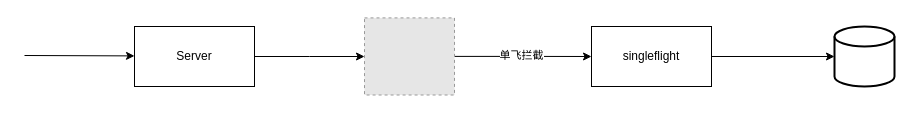
The draw.io diagram draw.io/draft.drawio in RealBeBetter/image, before the edit. Source tidied: cells renumbered, new cells numbered last; positions are measured from the earlier drawing's top-left corner, leaving out a move shared by most shapes. Both pictures are drawn from the tidied source at 100%, with x=0, y=0 at pixel (24, 17). Pictures stored in the file or linked from it are replaced by grey dashed boxes.
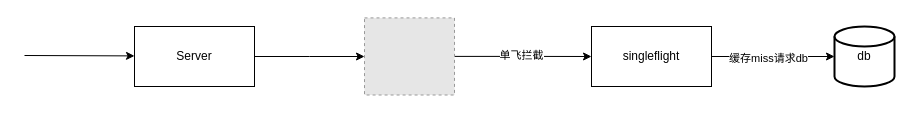
The same page after the edit.

Diff of the diagram source:
```diff
@@
 <mxGraphModel>
   <root>
     <mxCell id="0" />
     <mxCell id="1" parent="0" />
     <mxCell id="2" style="endArrow=classic;html=1;rounded=0;" parent="1" edge="1">
       <mxGeometry relative="1" as="geometry">
         <mxPoint y="38" as="sourcePoint" />
         <mxPoint x="110" y="38.4" as="targetPoint" />
       </mxGeometry>
     </mxCell>
     <mxCell id="3" style="edgeStyle=orthogonalEdgeStyle;rounded=0;jettySize=auto;html=1;" parent="1" edge="1" source="4">
       <mxGeometry relative="1" as="geometry">
         <mxPoint x="340" y="39" as="targetPoint" />
       </mxGeometry>
     </mxCell>
     <mxCell id="4" value="Server" style="rounded=0;whiteSpace=wrap;html=1;" parent="1" vertex="1">
       <mxGeometry x="110" y="9" width="120" height="60" as="geometry" />
     </mxCell>
     <mxCell id="5" style="edgeStyle=orthogonalEdgeStyle;rounded=0;jettySize=auto;html=1;entryX=0;entryY=0.5;entryDx=0;entryDy=0;" parent="1" edge="1" source="7" target="10">
       <mxGeometry relative="1" as="geometry" />
     </mxCell>
     <mxCell id="6" value="单飞拦截" style="edgeLabel;html=1;align=center;verticalAlign=middle;" parent="5" vertex="1">
       <mxGeometry x="-0.04" y="1" relative="1" as="geometry" />
     </mxCell>
     <mxCell id="7" style="fillColor=#E6E6E6;strokeColor=#999999;dashed=1;verticalLabelPosition=bottom;labelBackgroundColor=default;verticalAlign=top;" parent="1" vertex="1">
       <mxGeometry x="340" y="0.4" width="90" height="77.1" as="geometry" />
     </mxCell>
-    <mxCell id="8" style="strokeWidth=2;html=1;shape=mxgraph.flowchart.database;whiteSpace=wrap;" parent="1" vertex="1">
+    <mxCell id="8" value="db" style="strokeWidth=2;html=1;shape=mxgraph.flowchart.database;whiteSpace=wrap;" parent="1" vertex="1">
       <mxGeometry x="810" y="9" width="60" height="60" as="geometry" />
     </mxCell>
     <mxCell id="9" style="edgeStyle=orthogonalEdgeStyle;rounded=0;jettySize=auto;html=1;entryX=0;entryY=0.5;entryDx=0;entryDy=0;entryPerimeter=0;" parent="1" edge="1" source="10" target="8">
       <mxGeometry relative="1" as="geometry" />
     </mxCell>
+    <mxCell id="11" value="缓存miss请求db" style="edgeLabel;html=1;align=center;verticalAlign=middle;" parent="9" vertex="1">
+      <mxGeometry x="-0.09" y="-1" relative="1" as="geometry" />
+    </mxCell>
     <mxCell id="10" value="singleflight" style="rounded=0;whiteSpace=wrap;html=1;" parent="1" vertex="1">
       <mxGeometry x="567" y="9" width="120" height="60" as="geometry" />
     </mxCell>
   </root>
 </mxGraphModel>
```
